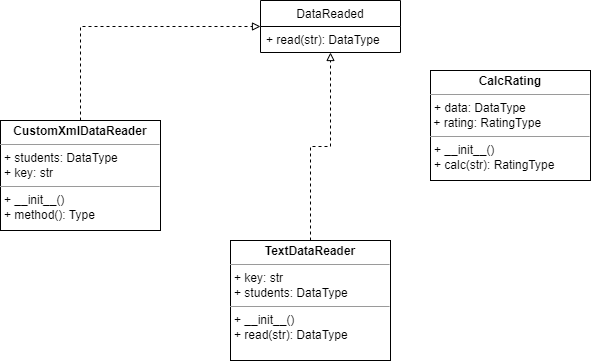
This is pt1_uml.drawio.png from xdhao/PTLab1-2022, a draw.io export, as it was before one commit. Source tidied: cells renumbered, new cells last; positions are measured from the earlier drawing's top-left corner, leaving out a move shared by most shapes.
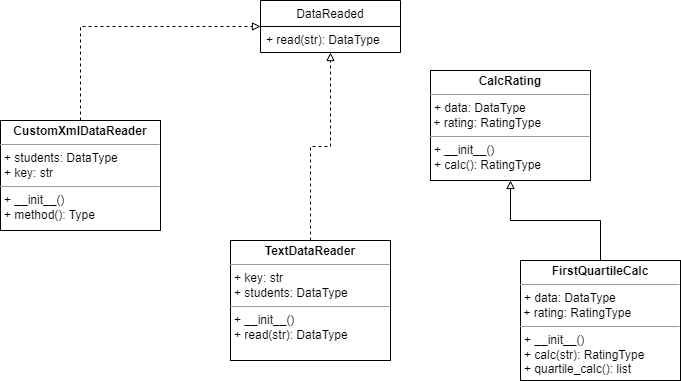
After the commit.

Change to the diagram source:
```diff
@@ -20,8 +20,14 @@
     <mxCell id="7" value="+ read(str): DataType&#10;&#10;" style="text;strokeColor=none;fillColor=none;align=left;verticalAlign=top;spacingLeft=4;spacingRight=4;overflow=hidden;" parent="6" vertex="1">
       <mxGeometry y="26" width="140" height="26" as="geometry" />
     </mxCell>
-    <mxCell id="8" value="&lt;p style=&quot;margin:0px;margin-top:4px;text-align:center;&quot;&gt;&lt;b&gt;CalcRating&lt;/b&gt;&lt;/p&gt;&lt;hr size=&quot;1&quot;&gt;&lt;p style=&quot;margin:0px;margin-left:4px;&quot;&gt;+ data: DataType&lt;/p&gt;&amp;nbsp;+ rating: RatingType&lt;hr size=&quot;1&quot;&gt;&lt;p style=&quot;margin:0px;margin-left:4px;&quot;&gt;+ __init__()&lt;/p&gt;&lt;p style=&quot;margin: 0px 0px 0px 4px;&quot;&gt;+ calc(str): RatingType&lt;br&gt;&lt;/p&gt;&lt;p style=&quot;margin: 0px 0px 0px 4px;&quot;&gt;&lt;br&gt;&lt;/p&gt;" style="verticalAlign=top;align=left;overflow=fill;fontSize=12;fontFamily=Helvetica;html=1;" parent="1" vertex="1">
+    <mxCell id="8" value="&lt;p style=&quot;margin:0px;margin-top:4px;text-align:center;&quot;&gt;&lt;b&gt;CalcRating&lt;/b&gt;&lt;/p&gt;&lt;hr size=&quot;1&quot;&gt;&lt;p style=&quot;margin:0px;margin-left:4px;&quot;&gt;+ data: DataType&lt;/p&gt;&amp;nbsp;+ rating: RatingType&lt;hr size=&quot;1&quot;&gt;&lt;p style=&quot;margin:0px;margin-left:4px;&quot;&gt;+ __init__()&lt;/p&gt;&lt;p style=&quot;margin: 0px 0px 0px 4px;&quot;&gt;+ calc(): RatingType&lt;br&gt;&lt;/p&gt;&lt;p style=&quot;margin: 0px 0px 0px 4px;&quot;&gt;&lt;br&gt;&lt;/p&gt;" style="verticalAlign=top;align=left;overflow=fill;fontSize=12;fontFamily=Helvetica;html=1;" parent="1" vertex="1">
       <mxGeometry x="430" y="70" width="160" height="110" as="geometry" />
     </mxCell>
+    <mxCell id="9" style="edgeStyle=orthogonalEdgeStyle;rounded=0;jettySize=auto;html=1;exitX=0.5;exitY=0;exitDx=0;exitDy=0;entryX=0.5;entryY=1;entryDx=0;entryDy=0;endArrow=block;endFill=0;" parent="1" edge="1" source="10" target="8">
+      <mxGeometry relative="1" as="geometry" />
+    </mxCell>
+    <mxCell id="10" value="&lt;p style=&quot;margin:0px;margin-top:4px;text-align:center;&quot;&gt;&lt;b&gt;FirstQuartileCalc&lt;/b&gt;&lt;/p&gt;&lt;hr size=&quot;1&quot;&gt;&lt;p style=&quot;margin:0px;margin-left:4px;&quot;&gt;+ data: DataType&lt;/p&gt;&amp;nbsp;+ rating: RatingType&lt;hr size=&quot;1&quot;&gt;&lt;p style=&quot;margin:0px;margin-left:4px;&quot;&gt;+ __init__()&lt;/p&gt;&lt;p style=&quot;margin: 0px 0px 0px 4px;&quot;&gt;+ calc(str): RatingType&lt;br&gt;&lt;/p&gt;&lt;p style=&quot;margin: 0px 0px 0px 4px;&quot;&gt;+ quartile_calc(): list&lt;br&gt;&lt;/p&gt;&lt;p style=&quot;margin: 0px 0px 0px 4px;&quot;&gt;&lt;br&gt;&lt;/p&gt;&lt;p style=&quot;margin: 0px 0px 0px 4px;&quot;&gt;&lt;br&gt;&lt;/p&gt;" style="verticalAlign=top;align=left;overflow=fill;fontSize=12;fontFamily=Helvetica;html=1;" parent="1" vertex="1">
+      <mxGeometry x="520" y="260" width="160" height="120" as="geometry" />
+    </mxCell>
   </root>
 </mxGraphModel>
```
